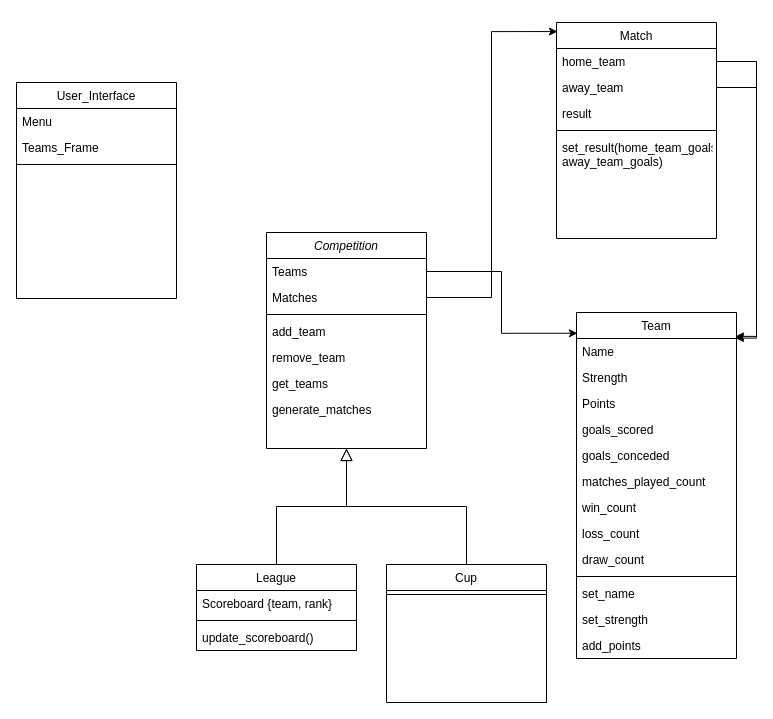
Before: Competation_Organnizer.drawio in MazenYasser/competition-organizer, a draw.io diagram. Source tidied: cells renumbered, new cells numbered last; positions are measured from the earlier drawing's top-left corner, leaving out a move shared by most shapes. Both pictures are drawn from the tidied source at 100%, with x=0, y=0 at pixel (16, 22).
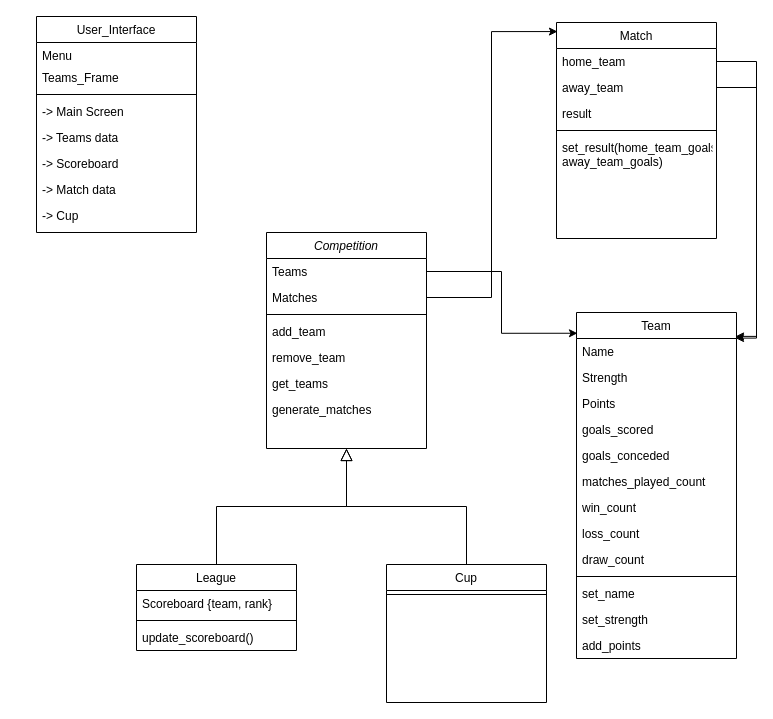
The same page after the edit.

What changed in the source:
```diff
@@
     <mxCell id="13" value="League" style="swimlane;fontStyle=0;align=center;verticalAlign=top;horizontal=1;startSize=26;rounded=0;shadow=0;strokeWidth=1;" parent="1" vertex="1">
-      <mxGeometry x="180" y="542" width="160" height="86" as="geometry" />
+      <mxGeometry x="120" y="542" width="160" height="86" as="geometry" />
     </mxCell>
@@
     <mxCell id="32" value="User_Interface" style="swimlane;fontStyle=0;align=center;verticalAlign=top;horizontal=1;startSize=26;rounded=0;shadow=0;strokeWidth=1;" parent="1" vertex="1">
-      <mxGeometry y="60" width="160" height="216" as="geometry" />
+      <mxGeometry x="20" y="-6" width="160" height="216" as="geometry" />
     </mxCell>
     <mxCell id="33" value="Menu" style="text;align=left;verticalAlign=top;spacingLeft=4;spacingRight=4;overflow=hidden;rounded=0;shadow=0;html=0;" parent="32" vertex="1">
-      <mxGeometry y="26" width="160" height="26" as="geometry" />
+      <mxGeometry y="26" width="160" height="22" as="geometry" />
     </mxCell>
     <mxCell id="34" value="Teams_Frame" style="text;align=left;verticalAlign=top;spacingLeft=4;spacingRight=4;overflow=hidden;rounded=0;shadow=0;html=0;" parent="32" vertex="1">
-      <mxGeometry y="52" width="160" height="26" as="geometry" />
+      <mxGeometry y="48" width="160" height="26" as="geometry" />
     </mxCell>
     <mxCell id="35" style="line;html=1;strokeWidth=1;align=left;verticalAlign=middle;spacingTop=-1;spacingLeft=3;spacingRight=3;labelPosition=right;" parent="32" vertex="1">
-      <mxGeometry y="78" width="160" height="8" as="geometry" />
+      <mxGeometry y="74" width="160" height="8" as="geometry" />
     </mxCell>
+    <mxCell id="46" value="-&gt; Main Screen" style="text;align=left;verticalAlign=top;spacingLeft=4;spacingRight=4;overflow=hidden;rounded=0;shadow=0;html=0;" parent="32" vertex="1">
+      <mxGeometry y="82" width="160" height="26" as="geometry" />
+    </mxCell>
+    <mxCell id="47" value="-&gt; Teams data" style="text;align=left;verticalAlign=top;spacingLeft=4;spacingRight=4;overflow=hidden;rounded=0;shadow=0;html=0;" parent="32" vertex="1">
+      <mxGeometry y="108" width="160" height="26" as="geometry" />
+    </mxCell>
+    <mxCell id="48" value="-&gt; Scoreboard" style="text;align=left;verticalAlign=top;spacingLeft=4;spacingRight=4;overflow=hidden;rounded=0;shadow=0;html=0;" parent="32" vertex="1">
+      <mxGeometry y="134" width="160" height="26" as="geometry" />
+    </mxCell>
+    <mxCell id="49" value="-&gt; Match data" style="text;align=left;verticalAlign=top;spacingLeft=4;spacingRight=4;overflow=hidden;rounded=0;shadow=0;html=0;" parent="32" vertex="1">
+      <mxGeometry y="160" width="160" height="26" as="geometry" />
+    </mxCell>
+    <mxCell id="50" value="-&gt; Cup" style="text;align=left;verticalAlign=top;spacingLeft=4;spacingRight=4;overflow=hidden;rounded=0;shadow=0;html=0;" parent="32" vertex="1">
+      <mxGeometry y="186" width="160" height="26" as="geometry" />
+    </mxCell>
```
